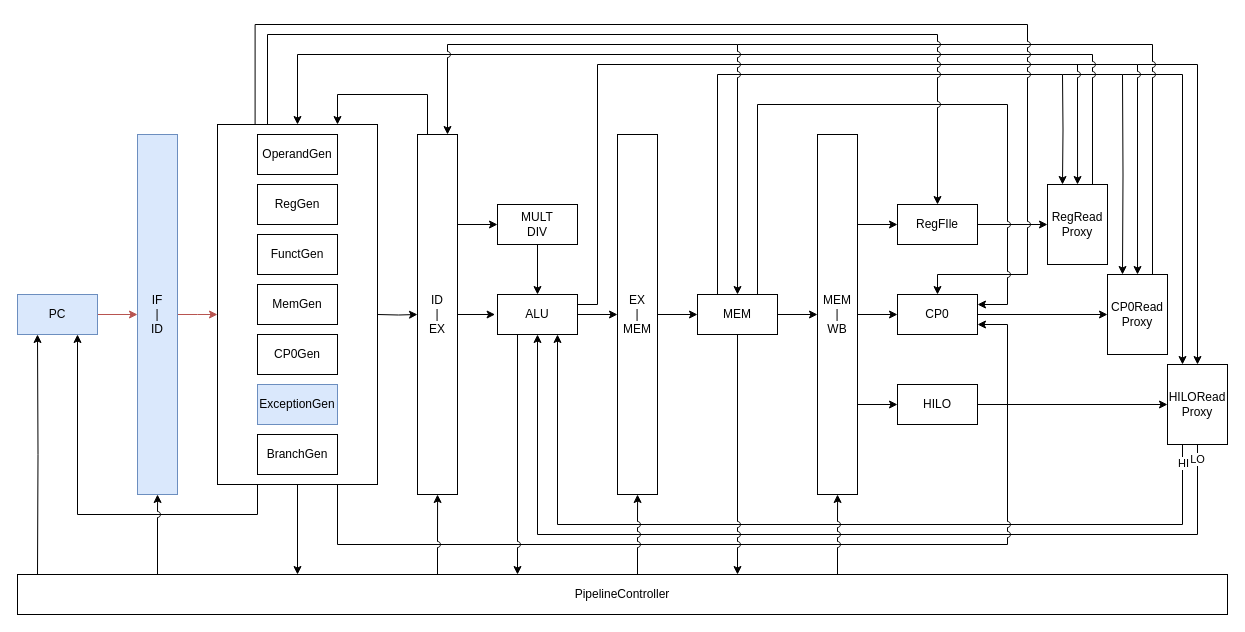
Before: CS/ExternMIPS/自陷指令/BREAK.drawio in umiskky/Diagrams, a draw.io diagram. Source tidied: cells renumbered, new cells numbered last; positions are measured from the earlier drawing's top-left corner, leaving out a move shared by most shapes. Both pictures are drawn from the tidied source at 100%, with x=0, y=0 at pixel (17, 24).
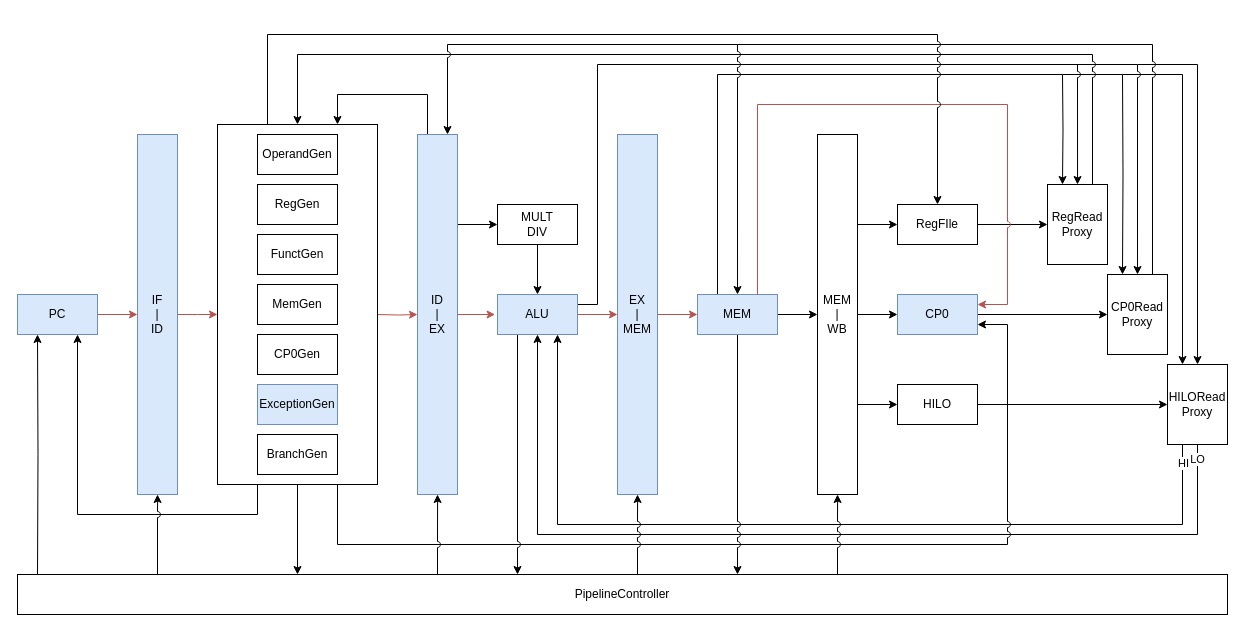
The same page after the edit.

The edit, as a diff of the source:
```diff
@@
-    <mxCell id="22" style="edgeStyle=orthogonalEdgeStyle;rounded=0;jettySize=auto;html=1;exitX=1;exitY=0.5;exitDx=0;exitDy=0;entryX=-0.03;entryY=0.482;entryDx=0;entryDy=0;entryPerimeter=0;" parent="1" edge="1" source="25" target="40">
+    <mxCell id="22" style="edgeStyle=orthogonalEdgeStyle;rounded=0;jettySize=auto;html=1;exitX=1;exitY=0.5;exitDx=0;exitDy=0;entryX=-0.03;entryY=0.482;entryDx=0;entryDy=0;entryPerimeter=0;fillColor=#f8cecc;strokeColor=#b85450;" parent="1" edge="1" source="25" target="40">
       <mxGeometry relative="1" as="geometry" />
     </mxCell>
@@
-    <mxCell id="25" value="ID&lt;br&gt;|&lt;br&gt;EX" style="rounded=0;whiteSpace=wrap;html=1;" parent="1" vertex="1">
+    <mxCell id="25" value="ID&lt;br&gt;|&lt;br&gt;EX" style="rounded=0;whiteSpace=wrap;html=1;fillColor=#dae8fc;strokeColor=#6c8ebf;" parent="1" vertex="1">
       <mxGeometry x="400" y="110" width="40" height="360" as="geometry" />
     </mxCell>
-    <mxCell id="26" style="edgeStyle=orthogonalEdgeStyle;rounded=0;jettySize=auto;html=1;exitX=1;exitY=0.5;exitDx=0;exitDy=0;entryX=0;entryY=0.5;entryDx=0;entryDy=0;" parent="1" edge="1" source="28" target="43">
+    <mxCell id="26" style="edgeStyle=orthogonalEdgeStyle;rounded=0;jettySize=auto;html=1;exitX=1;exitY=0.5;exitDx=0;exitDy=0;entryX=0;entryY=0.5;entryDx=0;entryDy=0;fillColor=#f8cecc;strokeColor=#b85450;" parent="1" edge="1" source="28" target="43">
       <mxGeometry relative="1" as="geometry" />
     </mxCell>
@@
-    <mxCell id="28" value="EX&lt;br&gt;|&lt;br&gt;MEM" style="rounded=0;whiteSpace=wrap;html=1;" parent="1" vertex="1">
+    <mxCell id="28" value="EX&lt;br&gt;|&lt;br&gt;MEM" style="rounded=0;whiteSpace=wrap;html=1;fillColor=#dae8fc;strokeColor=#6c8ebf;" parent="1" vertex="1">
       <mxGeometry x="600" y="110" width="40" height="360" as="geometry" />
     </mxCell>
@@
-    <mxCell id="34" style="edgeStyle=orthogonalEdgeStyle;rounded=0;jettySize=auto;html=1;exitX=1;exitY=0.5;exitDx=0;exitDy=0;entryX=0;entryY=0.5;entryDx=0;entryDy=0;" parent="1" edge="1" target="25">
+    <mxCell id="34" style="edgeStyle=orthogonalEdgeStyle;rounded=0;jettySize=auto;html=1;exitX=1;exitY=0.5;exitDx=0;exitDy=0;entryX=0;entryY=0.5;entryDx=0;entryDy=0;fillColor=#f8cecc;strokeColor=#b85450;" parent="1" edge="1" target="25">
       <mxGeometry relative="1" as="geometry">
         <mxPoint x="360" y="290" as="sourcePoint" />
       </mxGeometry>
     </mxCell>
@@
-    <mxCell id="38" style="edgeStyle=orthogonalEdgeStyle;rounded=0;jettySize=auto;html=1;exitX=1;exitY=0.5;exitDx=0;exitDy=0;entryX=0;entryY=0.5;entryDx=0;entryDy=0;" parent="1" edge="1" source="40" target="28">
+    <mxCell id="38" style="edgeStyle=orthogonalEdgeStyle;rounded=0;jettySize=auto;html=1;exitX=1;exitY=0.5;exitDx=0;exitDy=0;entryX=0;entryY=0.5;entryDx=0;entryDy=0;fillColor=#f8cecc;strokeColor=#b85450;" parent="1" edge="1" source="40" target="28">
       <mxGeometry relative="1" as="geometry" />
     </mxCell>
@@
-    <mxCell id="40" value="ALU" style="rounded=0;whiteSpace=wrap;html=1;" parent="1" vertex="1">
+    <mxCell id="40" value="ALU" style="rounded=0;whiteSpace=wrap;html=1;fillColor=#dae8fc;strokeColor=#6c8ebf;" parent="1" vertex="1">
       <mxGeometry x="480" y="270" width="80" height="40" as="geometry" />
     </mxCell>
@@
-    <mxCell id="43" value="MEM" style="rounded=0;whiteSpace=wrap;html=1;" parent="1" vertex="1">
+    <mxCell id="43" value="MEM" style="rounded=0;whiteSpace=wrap;html=1;fillColor=#dae8fc;strokeColor=#6c8ebf;" parent="1" vertex="1">
       <mxGeometry x="680" y="270" width="80" height="40" as="geometry" />
     </mxCell>
@@
-    <mxCell id="47" value="CP0" style="rounded=0;whiteSpace=wrap;html=1;" parent="1" vertex="1">
+    <mxCell id="47" value="CP0" style="rounded=0;whiteSpace=wrap;html=1;fillColor=#dae8fc;strokeColor=#6c8ebf;" parent="1" vertex="1">
       <mxGeometry x="880" y="270" width="80" height="40" as="geometry" />
     </mxCell>
@@
-    <mxCell id="70" style="edgeStyle=orthogonalEdgeStyle;rounded=0;jumpStyle=arc;jettySize=auto;html=1;exitX=0.5;exitY=0;exitDx=0;exitDy=0;endFill=1;entryX=0.5;entryY=0;entryDx=0;entryDy=0;" parent="1" edge="1" target="47">
-      <mxGeometry relative="1" as="geometry">
-        <mxPoint x="237.6" y="100" as="sourcePoint" />
-        <Array as="points">
-          <mxPoint x="238" />
-          <mxPoint x="1010" />
-          <mxPoint x="1010" y="250" />
-          <mxPoint x="920" y="250" />
-        </Array>
-      </mxGeometry>
-    </mxCell>
-    <mxCell id="71" style="edgeStyle=orthogonalEdgeStyle;rounded=0;jettySize=auto;html=1;exitX=0.75;exitY=0;exitDx=0;exitDy=0;entryX=1;entryY=0.25;entryDx=0;entryDy=0;jumpStyle=arc;" parent="1" edge="1" source="43" target="47">
+    <mxCell id="71" style="edgeStyle=orthogonalEdgeStyle;rounded=0;jettySize=auto;html=1;exitX=0.75;exitY=0;exitDx=0;exitDy=0;entryX=1;entryY=0.25;entryDx=0;entryDy=0;jumpStyle=arc;fillColor=#f8cecc;strokeColor=#b85450;" parent="1" edge="1" source="43" target="47">
       <mxGeometry relative="1" as="geometry">
         <Array as="points">
           <mxPoint x="740" y="80" />
           <mxPoint x="990" y="80" />
           <mxPoint x="990" y="280" />
         </Array>
       </mxGeometry>
     </mxCell>
```
